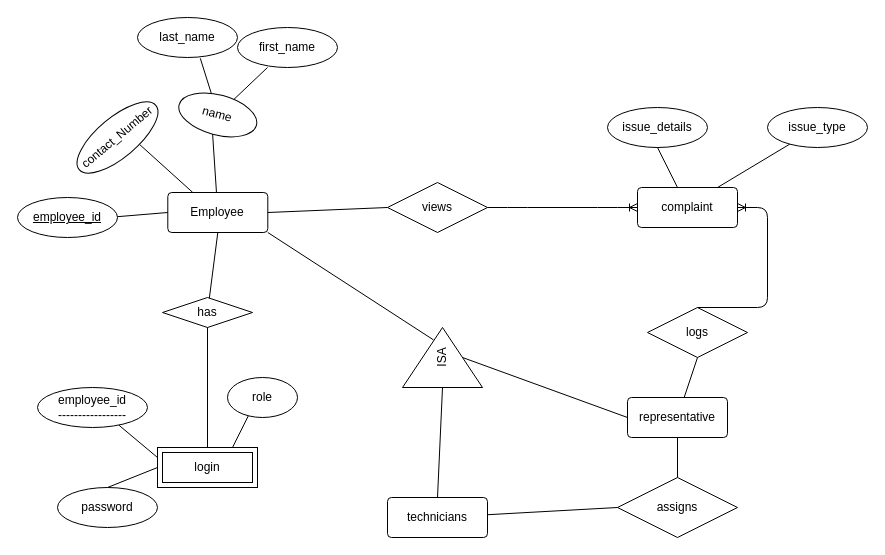
The draw.io diagram Employee entity.drawio in AnastassiaA/MicroStar-CableVision-Project-Code, before the edit. Source tidied: cells renumbered, new cells numbered last; positions are measured from the earlier drawing's top-left corner, leaving out a move shared by most shapes. Both pictures are drawn from the tidied source at 100%, with x=0, y=0 at pixel (17, 17).
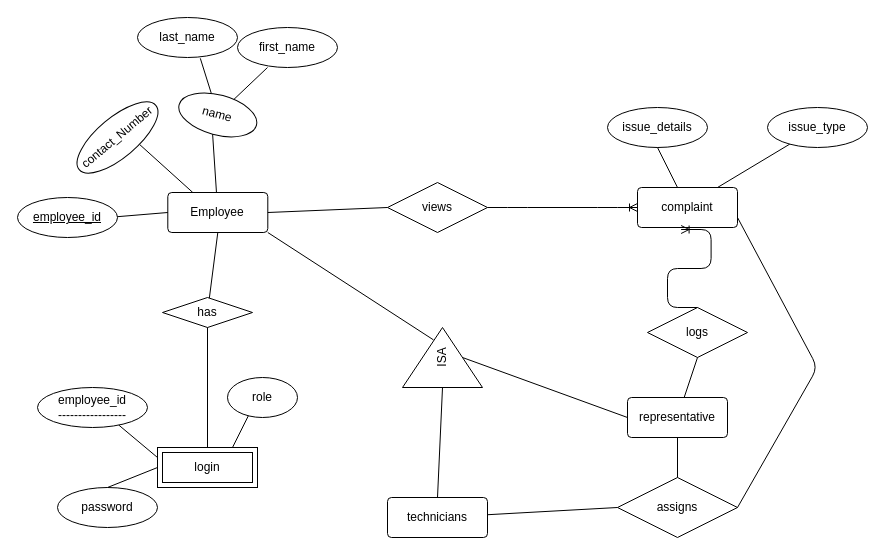
After the change.

Unchanged cells that the change refers to:
```xml
<mxCell id="16" value="complaint" style="rounded=1;arcSize=10;whiteSpace=wrap;html=1;align=center;" parent="1" vertex="1">
  <mxGeometry x="620" y="170" width="100" height="40" as="geometry" />
</mxCell>
<mxCell id="21" value="assigns" style="shape=rhombus;perimeter=rhombusPerimeter;whiteSpace=wrap;html=1;align=center;" parent="1" vertex="1">
  <mxGeometry x="600" y="460" width="120" height="60" as="geometry" />
</mxCell>
<mxCell id="27" value="logs" style="shape=rhombus;perimeter=rhombusPerimeter;whiteSpace=wrap;html=1;align=center;" parent="1" vertex="1">
  <mxGeometry x="630" y="290" width="100" height="50" as="geometry" />
</mxCell>
```

The edit, as a diff of the source:
```diff
@@
-    <mxCell id="28" style="edgeStyle=entityRelationEdgeStyle;fontSize=12;html=1;endArrow=ERoneToMany;exitX=0.5;exitY=0;exitDx=0;exitDy=0;" parent="1" edge="1" source="27" target="16">
+    <mxCell id="28" style="edgeStyle=entityRelationEdgeStyle;fontSize=12;html=1;endArrow=ERoneToMany;exitX=0.5;exitY=0;exitDx=0;exitDy=0;entryX=0.436;entryY=1.05;entryDx=0;entryDy=0;entryPerimeter=0;" parent="1" edge="1" source="27" target="16">
       <mxGeometry relative="1" as="geometry" />
     </mxCell>
@@
+    <mxCell id="43" style="endArrow=none;html=1;exitX=1;exitY=0.5;exitDx=0;exitDy=0;entryX=1;entryY=0.75;entryDx=0;entryDy=0;" parent="1" edge="1" source="21" target="16">
+      <mxGeometry relative="1" as="geometry">
+        <Array as="points">
+          <mxPoint x="800" y="350" />
+        </Array>
+      </mxGeometry>
+    </mxCell>
```
